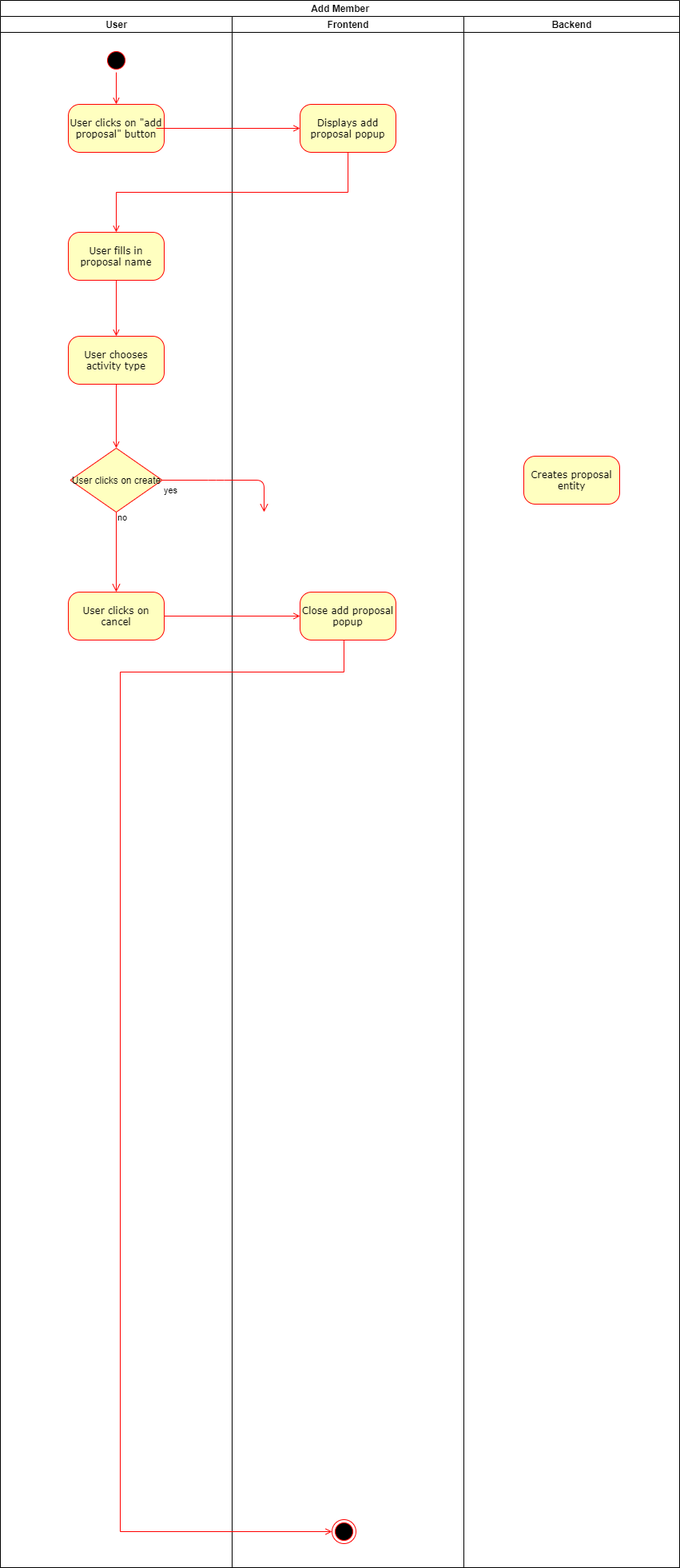
Before: use-cases/create_proposal/flow of events.png, a diagram exported from draw.io (placetobeer/documentation). Source tidied: cells renumbered, new cells last; positions are measured from the earlier drawing's top-left corner, leaving out a move shared by most shapes.
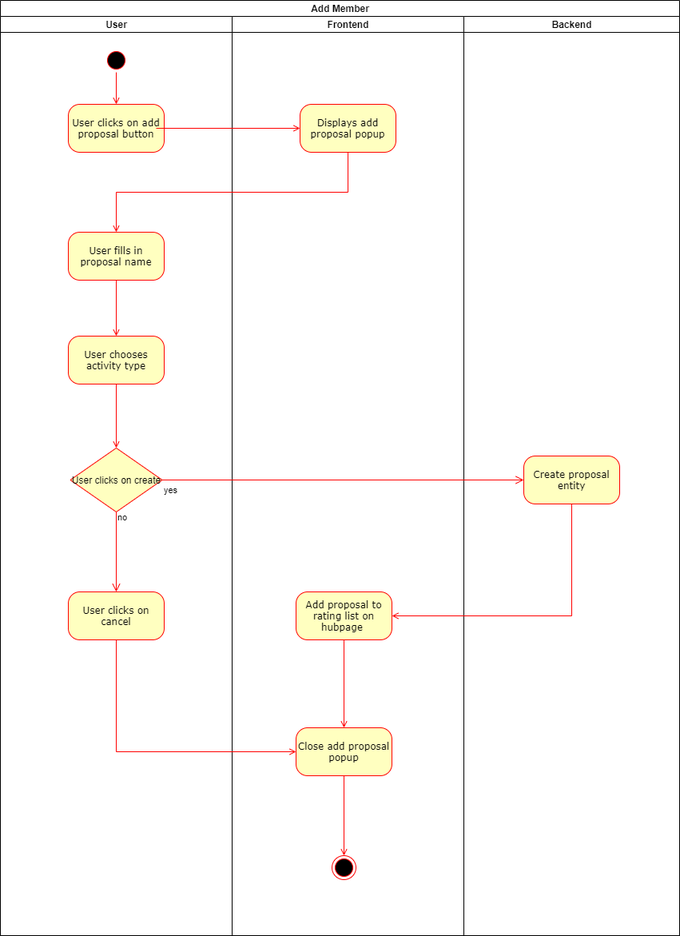
Above is the later version.

Diff of the diagram source:
```diff
@@ -3,10 +3,10 @@
     <mxCell id="0" />
     <mxCell id="1" parent="0" />
     <mxCell id="2" value="Add Member" style="swimlane;html=1;startSize=20;" parent="1" vertex="1">
-      <mxGeometry width="850" height="1960" as="geometry" />
+      <mxGeometry width="850" height="1170" as="geometry" />
     </mxCell>
     <mxCell id="3" value="User" style="swimlane;html=1;startSize=20;" parent="2" vertex="1">
-      <mxGeometry y="20" width="290" height="1940" as="geometry" />
+      <mxGeometry y="20" width="290" height="1150" as="geometry" />
     </mxCell>
     <mxCell id="4" style="edgeStyle=orthogonalEdgeStyle;rounded=1;jettySize=auto;html=1;exitX=1;exitY=0.5;exitDx=0;exitDy=0;entryX=0.5;entryY=0;entryDx=0;entryDy=0;strokeColor=#FF0000;endArrow=open;endFill=0;strokeWidth=1;" parent="3" edge="1" source="5" target="6">
       <mxGeometry relative="1" as="geometry" />
@@ -14,7 +14,7 @@
     <mxCell id="5" style="ellipse;html=1;shape=startState;fillColor=#000000;strokeColor=#ff0000;rounded=1;shadow=0;comic=0;labelBackgroundColor=none;fontFamily=Verdana;fontSize=12;fontColor=#000000;align=center;direction=south;" parent="3" vertex="1">
       <mxGeometry x="130" y="40" width="30" height="30" as="geometry" />
     </mxCell>
-    <mxCell id="6" value="User clicks on &quot;add proposal&quot; button" style="rounded=1;whiteSpace=wrap;html=1;arcSize=24;fillColor=#ffffc0;strokeColor=#ff0000;shadow=0;comic=0;labelBackgroundColor=none;fontFamily=Verdana;fontSize=12;fontColor=#000000;align=center;" parent="3" vertex="1">
+    <mxCell id="6" value="User clicks on add proposal button" style="rounded=1;whiteSpace=wrap;html=1;arcSize=24;fillColor=#ffffc0;strokeColor=#ff0000;shadow=0;comic=0;labelBackgroundColor=none;fontFamily=Verdana;fontSize=12;fontColor=#000000;align=center;" parent="3" vertex="1">
       <mxGeometry x="85" y="110" width="120" height="60" as="geometry" />
     </mxCell>
     <mxCell id="7" style="edgeStyle=orthogonalEdgeStyle;rounded=0;jettySize=auto;html=1;exitX=0.5;exitY=1;exitDx=0;exitDy=0;entryX=0.5;entryY=0;entryDx=0;entryDy=0;endArrow=open;endFill=0;strokeColor=#FF0000;" parent="3" edge="1" source="8" target="10">
@@ -39,51 +39,48 @@
       <mxGeometry x="-0.68" relative="1" as="geometry" />
     </mxCell>
     <mxCell id="14" value="Frontend" style="swimlane;html=1;startSize=20;" parent="2" vertex="1">
-      <mxGeometry x="290" y="20" width="290" height="1940" as="geometry" />
+      <mxGeometry x="290" y="20" width="290" height="1150" as="geometry" />
     </mxCell>
     <mxCell id="15" style="ellipse;html=1;shape=endState;fillColor=#000000;strokeColor=#ff0000;rounded=1;shadow=0;comic=0;labelBackgroundColor=none;fontFamily=Verdana;fontSize=12;fontColor=#000000;align=center;" parent="14" vertex="1">
-      <mxGeometry x="125" y="1880" width="30" height="30" as="geometry" />
+      <mxGeometry x="125" y="1050" width="30" height="30" as="geometry" />
     </mxCell>
     <mxCell id="16" value="Displays add proposal popup" style="rounded=1;whiteSpace=wrap;html=1;arcSize=24;fillColor=#ffffc0;strokeColor=#ff0000;shadow=0;comic=0;labelBackgroundColor=none;fontFamily=Verdana;fontSize=12;fontColor=#000000;align=center;" parent="14" vertex="1">
       <mxGeometry x="85" y="110" width="120" height="60" as="geometry" />
     </mxCell>
-    <mxCell id="17" style="edgeStyle=orthogonalEdgeStyle;rounded=0;jettySize=auto;html=1;exitX=0.5;exitY=1;exitDx=0;exitDy=0;entryX=0;entryY=0.5;entryDx=0;entryDy=0;endArrow=open;endFill=0;strokeColor=#FF0000;" parent="14" edge="1" source="18" target="15">
-      <mxGeometry relative="1" as="geometry">
-        <Array as="points">
-          <mxPoint x="140" y="820" />
-          <mxPoint x="-140" y="820" />
-          <mxPoint x="-140" y="1895" />
-        </Array>
-      </mxGeometry>
+    <mxCell id="17" style="edgeStyle=orthogonalEdgeStyle;rounded=0;jettySize=auto;html=1;exitX=0.5;exitY=1;exitDx=0;exitDy=0;endArrow=open;endFill=0;strokeColor=#FF0000;entryX=0.5;entryY=0;entryDx=0;entryDy=0;" parent="14" edge="1" source="18" target="15">
+      <mxGeometry relative="1" as="geometry" />
     </mxCell>
     <mxCell id="18" value="Close add proposal popup" style="rounded=1;whiteSpace=wrap;html=1;arcSize=24;fillColor=#ffffc0;strokeColor=#ff0000;shadow=0;comic=0;labelBackgroundColor=none;fontFamily=Verdana;fontSize=12;fontColor=#000000;align=center;" parent="14" vertex="1">
-      <mxGeometry x="85" y="720" width="120" height="60" as="geometry" />
+      <mxGeometry x="80" y="890" width="120" height="60" as="geometry" />
     </mxCell>
+    <mxCell id="25" style="edgeStyle=orthogonalEdgeStyle;rounded=0;jettySize=auto;html=1;exitX=0.5;exitY=1;exitDx=0;exitDy=0;entryX=0.5;entryY=0;entryDx=0;entryDy=0;endArrow=open;endFill=0;strokeColor=#FF0000;" parent="14" edge="1" source="26" target="18">
+      <mxGeometry relative="1" as="geometry" />
+    </mxCell>
+    <mxCell id="26" value="Add proposal to rating list on hubpage&amp;nbsp;" style="rounded=1;whiteSpace=wrap;html=1;arcSize=24;fillColor=#ffffc0;strokeColor=#ff0000;shadow=0;comic=0;labelBackgroundColor=none;fontFamily=Verdana;fontSize=12;fontColor=#000000;align=center;" parent="14" vertex="1">
+      <mxGeometry x="80" y="720" width="120" height="60" as="geometry" />
+    </mxCell>
     <mxCell id="19" value="Backend" style="swimlane;html=1;startSize=20;" parent="2" vertex="1">
-      <mxGeometry x="580" y="20" width="270" height="1940" as="geometry" />
+      <mxGeometry x="580" y="20" width="270" height="1150" as="geometry" />
     </mxCell>
-    <mxCell id="20" value="Creates proposal entity" style="rounded=1;whiteSpace=wrap;html=1;arcSize=24;fillColor=#ffffc0;strokeColor=#ff0000;shadow=0;comic=0;labelBackgroundColor=none;fontFamily=Verdana;fontSize=12;fontColor=#000000;align=center;" parent="19" vertex="1">
+    <mxCell id="20" value="Create proposal entity" style="rounded=1;whiteSpace=wrap;html=1;arcSize=24;fillColor=#ffffc0;strokeColor=#ff0000;shadow=0;comic=0;labelBackgroundColor=none;fontFamily=Verdana;fontSize=12;fontColor=#000000;align=center;" parent="19" vertex="1">
       <mxGeometry x="75" y="550" width="120" height="60" as="geometry" />
     </mxCell>
     <mxCell id="21" style="edgeStyle=orthogonalEdgeStyle;rounded=0;jettySize=auto;html=1;exitX=0.5;exitY=1;exitDx=0;exitDy=0;entryX=0.5;entryY=0;entryDx=0;entryDy=0;fillColor=#f8cecc;strokeColor=#FF0000;endArrow=open;endFill=0;" parent="2" edge="1" source="16" target="8">
       <mxGeometry relative="1" as="geometry" />
     </mxCell>
-    <mxCell id="22" style="edgeStyle=orthogonalEdgeStyle;rounded=0;jettySize=auto;html=1;exitX=1;exitY=0.5;exitDx=0;exitDy=0;entryX=0;entryY=0.5;entryDx=0;entryDy=0;endArrow=open;endFill=0;strokeColor=#FF0000;" parent="2" edge="1" source="12" target="18">
+    <mxCell id="22" style="edgeStyle=orthogonalEdgeStyle;rounded=0;jettySize=auto;html=1;exitX=0.5;exitY=1;exitDx=0;exitDy=0;entryX=0;entryY=0.5;entryDx=0;entryDy=0;endArrow=open;endFill=0;strokeColor=#FF0000;" parent="2" edge="1" source="12" target="18">
       <mxGeometry relative="1" as="geometry" />
     </mxCell>
+    <mxCell id="24" value="yes" style="edgeStyle=orthogonalEdgeStyle;html=1;align=left;verticalAlign=top;endArrow=open;endSize=8;strokeColor=#ff0000;exitX=1;exitY=0.5;exitDx=0;exitDy=0;" parent="2" edge="1" source="11" target="20">
+      <mxGeometry x="-1" relative="1" as="geometry" />
+    </mxCell>
+    <mxCell id="27" style="edgeStyle=orthogonalEdgeStyle;rounded=0;jettySize=auto;html=1;exitX=0.5;exitY=1;exitDx=0;exitDy=0;entryX=1;entryY=0.5;entryDx=0;entryDy=0;endArrow=open;endFill=0;strokeColor=#FF0000;" parent="2" edge="1" source="20" target="26">
+      <mxGeometry relative="1" as="geometry" />
+    </mxCell>
     <mxCell id="23" style="edgeStyle=orthogonalEdgeStyle;rounded=1;jettySize=auto;html=1;exitX=1;exitY=0.5;exitDx=0;exitDy=0;entryX=0;entryY=0.5;entryDx=0;entryDy=0;endArrow=open;endFill=0;strokeColor=#FF0000;strokeWidth=1;" parent="1" edge="1" target="16">
       <mxGeometry relative="1" as="geometry">
         <mxPoint x="195" y="160" as="sourcePoint" />
       </mxGeometry>
     </mxCell>
-    <mxCell id="24" value="yes" style="edgeStyle=orthogonalEdgeStyle;html=1;align=left;verticalAlign=top;endArrow=open;endSize=8;strokeColor=#ff0000;exitX=1;exitY=0.5;exitDx=0;exitDy=0;" parent="1" edge="1" source="11">
-      <mxGeometry x="-1" relative="1" as="geometry">
-        <mxPoint x="330" y="640" as="targetPoint" />
-        <Array as="points">
-          <mxPoint x="270" y="600" />
-          <mxPoint x="270" y="600" />
-        </Array>
-      </mxGeometry>
-    </mxCell>
   </root>
 </mxGraphModel>
```
